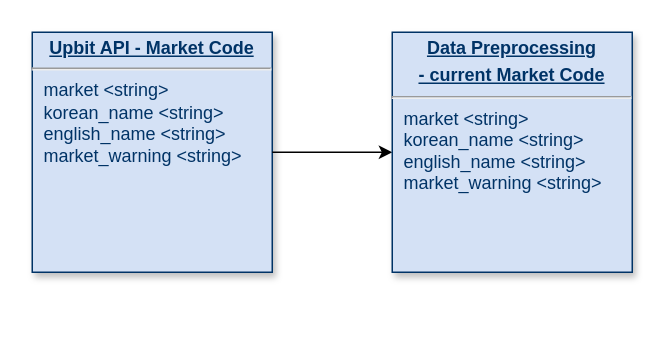
Before: drawio/UpbitApiDataFlow.drawio in devKangMinHyeok/Project-C, a draw.io diagram. Source tidied: cells renumbered, new cells numbered last; positions are measured from the earlier drawing's top-left corner, leaving out a move shared by most shapes. Both pictures are drawn from the tidied source at 150%, with x=0, y=0 at pixel (32, 32).
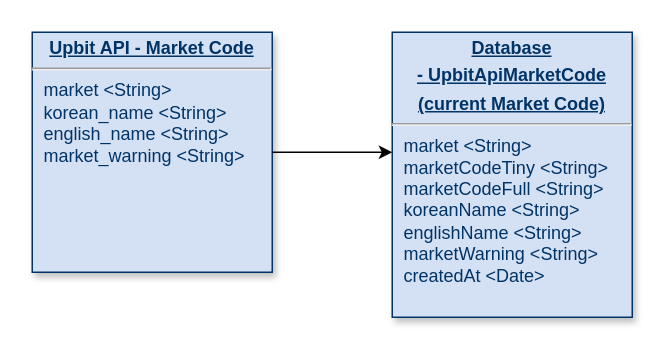
After the change.

Diff of the diagram source:
```diff
@@
 <mxGraphModel>
   <root>
     <mxCell id="0" />
     <mxCell id="1" parent="0" />
-    <mxCell id="2" value="&lt;p style=&quot;margin: 0px ; margin-top: 4px ; text-align: center ; text-decoration: underline&quot;&gt;&lt;strong&gt;Upbit API - Market Code&lt;/strong&gt;&lt;/p&gt;&lt;hr&gt;&lt;p style=&quot;margin: 0px ; margin-left: 8px&quot;&gt;market &amp;lt;string&amp;gt;&lt;/p&gt;&lt;p style=&quot;margin: 0px ; margin-left: 8px&quot;&gt;korean_name &amp;lt;string&amp;gt;&lt;/p&gt;&lt;p style=&quot;margin: 0px ; margin-left: 8px&quot;&gt;english_name &amp;lt;string&amp;gt;&lt;/p&gt;&lt;p style=&quot;margin: 0px ; margin-left: 8px&quot;&gt;market_warning &amp;lt;string&amp;gt;&lt;/p&gt;" style="verticalAlign=top;align=left;overflow=fill;fontSize=12;fontFamily=Helvetica;html=1;strokeColor=#003366;shadow=1;fillColor=#D4E1F5;fontColor=#003366;" parent="1" vertex="1">
+    <mxCell id="2" value="&lt;p style=&quot;margin: 0px ; margin-top: 4px ; text-align: center ; text-decoration: underline&quot;&gt;&lt;strong&gt;Upbit API - Market Code&lt;/strong&gt;&lt;/p&gt;&lt;hr&gt;&lt;p style=&quot;margin: 0px ; margin-left: 8px&quot;&gt;market &amp;lt;String&amp;gt;&lt;/p&gt;&lt;p style=&quot;margin: 0px ; margin-left: 8px&quot;&gt;korean_name &amp;lt;String&amp;gt;&lt;/p&gt;&lt;p style=&quot;margin: 0px ; margin-left: 8px&quot;&gt;english_name &amp;lt;String&amp;gt;&lt;/p&gt;&lt;p style=&quot;margin: 0px ; margin-left: 8px&quot;&gt;market_warning &amp;lt;String&amp;gt;&lt;/p&gt;" style="verticalAlign=top;align=left;overflow=fill;fontSize=12;fontFamily=Helvetica;html=1;strokeColor=#003366;shadow=1;fillColor=#D4E1F5;fontColor=#003366;" parent="1" vertex="1">
       <mxGeometry width="160" height="160" as="geometry" />
     </mxCell>
     <mxCell id="3" style="endArrow=classic;html=1;rounded=0;exitX=1;exitY=0.5;exitDx=0;exitDy=0;" parent="1" edge="1" source="2">
       <mxGeometry relative="1" as="geometry">
         <mxPoint x="240" y="80" as="targetPoint" />
       </mxGeometry>
     </mxCell>
-    <mxCell id="4" value="&lt;p style=&quot;margin: 0px ; margin-top: 4px ; text-align: center ; text-decoration: underline&quot;&gt;&lt;b&gt;Data Preprocessing&lt;/b&gt;&lt;/p&gt;&lt;p style=&quot;margin: 0px ; margin-top: 4px ; text-align: center ; text-decoration: underline&quot;&gt;&lt;b&gt;- current Market Code&lt;/b&gt;&lt;/p&gt;&lt;hr&gt;&lt;p style=&quot;margin: 0px ; margin-left: 8px&quot;&gt;market &amp;lt;string&amp;gt;&lt;/p&gt;&lt;p style=&quot;margin: 0px ; margin-left: 8px&quot;&gt;korean_name &amp;lt;string&amp;gt;&lt;/p&gt;&lt;p style=&quot;margin: 0px ; margin-left: 8px&quot;&gt;english_name &amp;lt;string&amp;gt;&lt;/p&gt;&lt;p style=&quot;margin: 0px ; margin-left: 8px&quot;&gt;market_warning &amp;lt;string&amp;gt;&lt;/p&gt;" style="verticalAlign=top;align=left;overflow=fill;fontSize=12;fontFamily=Helvetica;html=1;strokeColor=#003366;shadow=1;fillColor=#D4E1F5;fontColor=#003366;" parent="1" vertex="1">
-      <mxGeometry x="240" width="160" height="160" as="geometry" />
+    <mxCell id="4" value="&lt;p style=&quot;margin: 0px ; margin-top: 4px ; text-align: center ; text-decoration: underline&quot;&gt;&lt;b&gt;Database&lt;/b&gt;&lt;/p&gt;&lt;p style=&quot;margin: 0px ; margin-top: 4px ; text-align: center ; text-decoration: underline&quot;&gt;&lt;b&gt;- UpbitApiMarketCode&lt;/b&gt;&lt;/p&gt;&lt;p style=&quot;margin: 0px ; margin-top: 4px ; text-align: center ; text-decoration: underline&quot;&gt;&lt;b&gt;(current Market Code)&lt;/b&gt;&lt;/p&gt;&lt;hr&gt;&lt;p style=&quot;margin: 0px ; margin-left: 8px&quot;&gt;market &amp;lt;String&amp;gt;&lt;/p&gt;&lt;p style=&quot;margin: 0px ; margin-left: 8px&quot;&gt;marketCodeTiny &amp;lt;String&amp;gt;&lt;/p&gt;&lt;p style=&quot;margin: 0px ; margin-left: 8px&quot;&gt;marketCodeFull &amp;lt;String&amp;gt;&lt;/p&gt;&lt;p style=&quot;margin: 0px ; margin-left: 8px&quot;&gt;koreanName &amp;lt;String&amp;gt;&lt;/p&gt;&lt;p style=&quot;margin: 0px ; margin-left: 8px&quot;&gt;englishName &amp;lt;String&amp;gt;&lt;/p&gt;&lt;p style=&quot;margin: 0px ; margin-left: 8px&quot;&gt;marketWarning &amp;lt;String&amp;gt;&lt;/p&gt;&lt;p style=&quot;margin: 0px ; margin-left: 8px&quot;&gt;createdAt &amp;lt;Date&amp;gt;&lt;/p&gt;" style="verticalAlign=top;align=left;overflow=fill;fontSize=12;fontFamily=Helvetica;html=1;strokeColor=#003366;shadow=1;fillColor=#D4E1F5;fontColor=#003366;" parent="1" vertex="1">
+      <mxGeometry x="240" width="160" height="190" as="geometry" />
     </mxCell>
   </root>
 </mxGraphModel>
```
